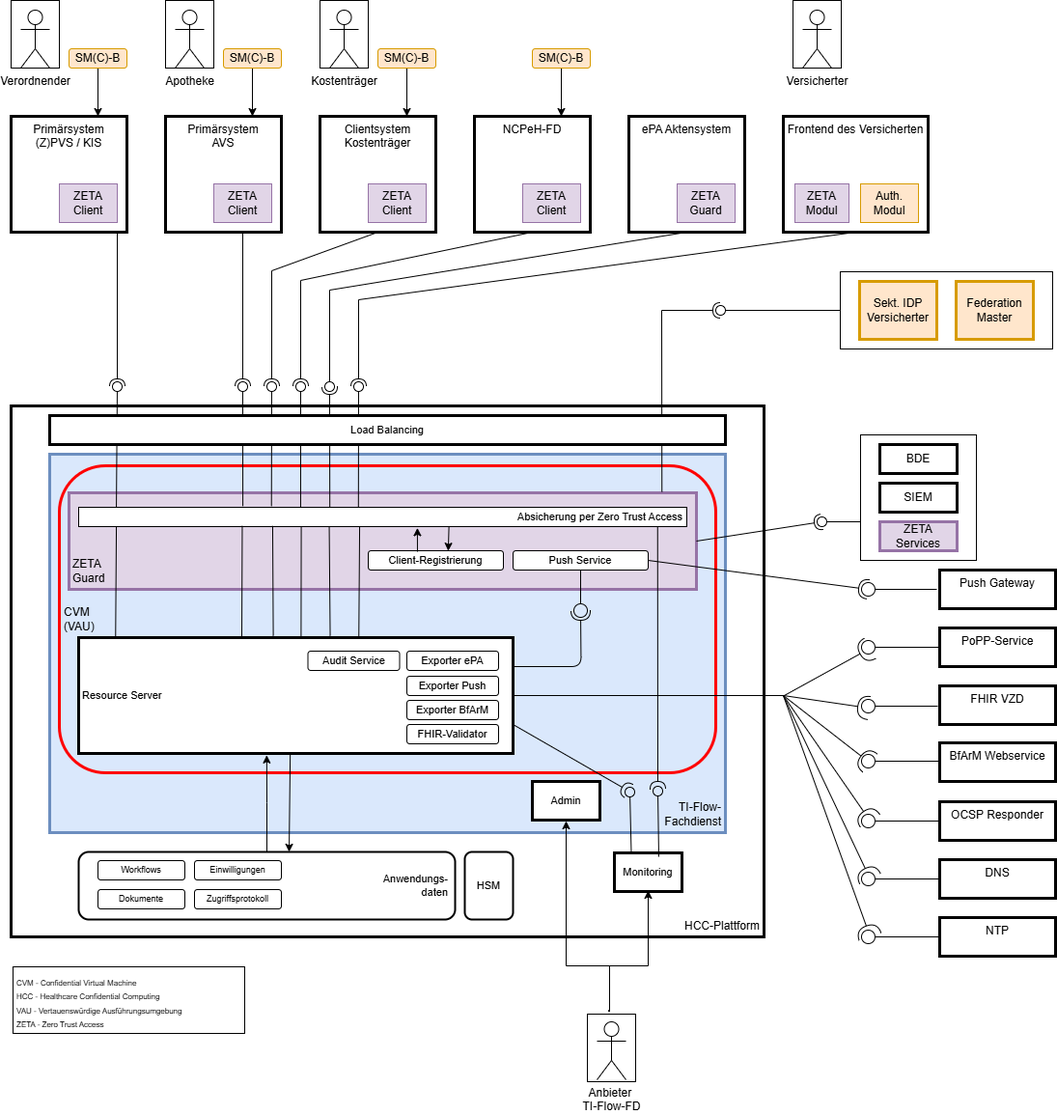
gematik/fhir-igs-workflow keeps this draw.io diagram as igs/core/input/images/systemueberblick_TI-Flow-Fachdienst.drawio.png. Above is the earlier version. Source tidied: cells renumbered, new cells last; positions are measured from the earlier drawing's top-left corner, leaving out a move shared by most shapes.
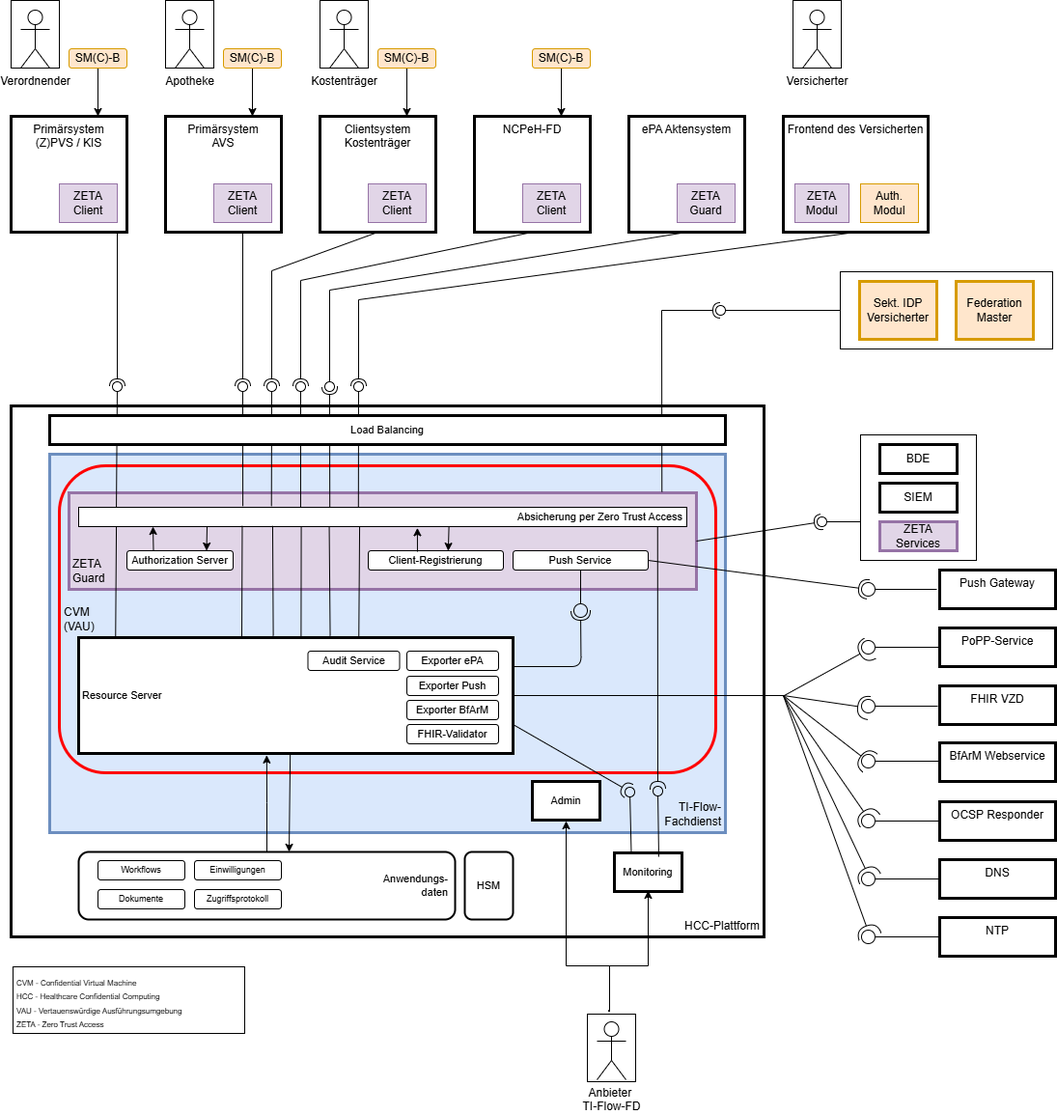
The same file after the commit.

Commit message:
add authorization server to the system overview diagram

What changed in the source:
```diff
@@ -563,5 +563,18 @@
     <mxCell id="141" value="Audit Service" style="rounded=1;whiteSpace=wrap;html=1;fontSize=11;" parent="1" vertex="1">
       <mxGeometry x="307.5" y="674" width="95" height="20" as="geometry" />
     </mxCell>
+    <mxCell id="142" value="Authorization Server" style="rounded=1;whiteSpace=wrap;html=1;fontSize=11;" parent="1" vertex="1">
+      <mxGeometry x="120" y="570" width="110" height="20" as="geometry" />
+    </mxCell>
+    <mxCell id="143" style="edgeStyle=none;html=1;exitX=0.25;exitY=0;exitDx=0;exitDy=0;" parent="1" edge="1" source="142">
+      <mxGeometry relative="1" as="geometry">
+        <mxPoint x="147" y="545" as="targetPoint" />
+      </mxGeometry>
+    </mxCell>
+    <mxCell id="144" style="endArrow=classic;html=1;entryX=0.75;entryY=0;entryDx=0;entryDy=0;" parent="1" edge="1" target="142">
+      <mxGeometry relative="1" as="geometry">
+        <mxPoint x="203" y="545" as="sourcePoint" />
+      </mxGeometry>
+    </mxCell>
   </root>
 </mxGraphModel>
```
